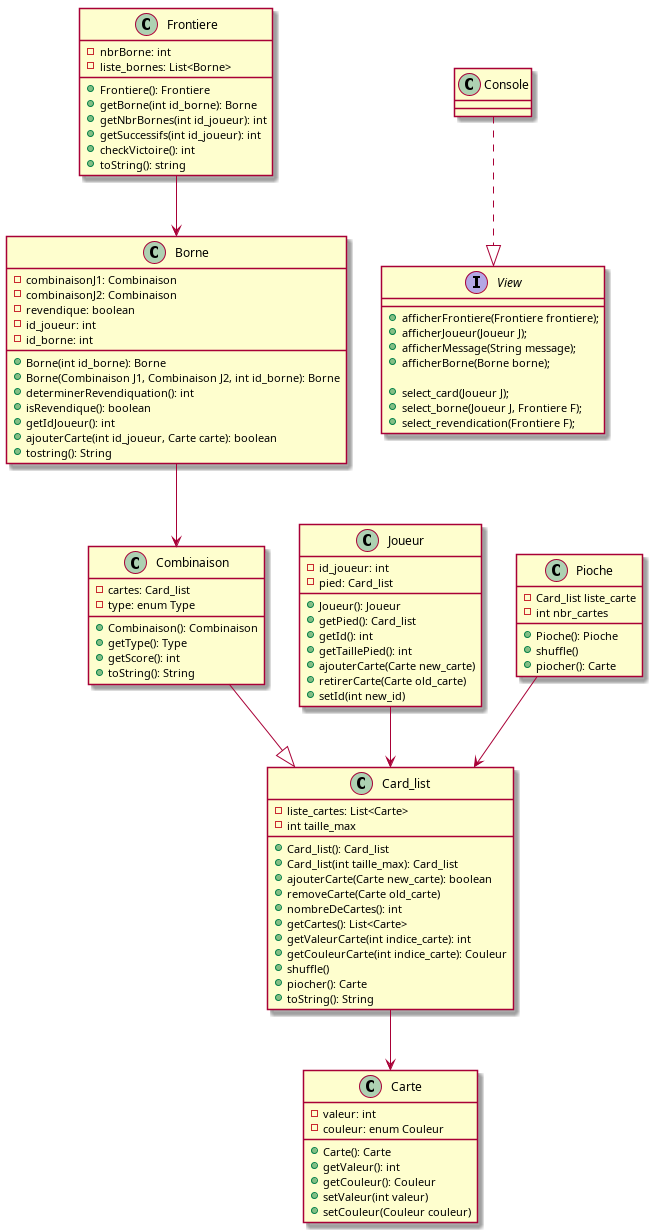
This is src/diagrams/all.png from Pagatok/pg220, a PlantUML export, as it was before one commit. Source of this version:
```plantuml
@startuml all

class Carte{
    - valeur: int
    - couleur: enum Couleur
    + Carte(): Carte
    + getValeur(): int
    + getCouleur(): Couleur
    + setValeur(int valeur)
    + setCouleur(Couleur couleur)
}

class Combinaison{
    - cartes: Card_list
    - type: enum Type
    + Combinaison(): Combinaison
    + getType(): Type
    + getScore(): int
    + toString(): String
}

class Joueur{
    - id_joueur: int
    - pied: Card_list
    + Joueur(): Joueur
    + getPied(): Card_list
    + getId(): int
    + getTaillePied(): int
    + ajouterCarte(Carte new_carte)
    + retirerCarte(Carte old_carte)
    + setId(int new_id)
}

class Card_list{
    - liste_cartes: List<Carte>
    - int taille_max
    + Card_list(): Card_list
    + Card_list(int taille_max): Card_list
    + ajouterCarte(Carte new_carte): boolean
    + removeCarte(Carte old_carte)
    + nombreDeCartes(): int
    + getCartes(): List<Carte>
    + getValeurCarte(int indice_carte): int
    + getCouleurCarte(int indice_carte): Couleur
    + shuffle()
    + piocher(): Carte
    + toString(): String
}

class Borne{
    - combinaisonJ1: Combinaison
    - combinaisonJ2: Combinaison
    - revendique: boolean
    - id_joueur: int
    - id_borne: int
    + Borne(int id_borne): Borne
    + Borne(Combinaison J1, Combinaison J2, int id_borne): Borne
    + determinerRevendiquation(): int
    + isRevendique(): boolean
    + getIdJoueur(): int
    + ajouterCarte(int id_joueur, Carte carte): boolean
    + tostring(): String
}

class Frontiere{
    - nbrBorne: int
    - liste_bornes: List<Borne>
    + Frontiere(): Frontiere
    + getBorne(int id_borne): Borne
    + getNbrBornes(int id_joueur): int
    + getSuccessifs(int id_joueur): int
    + checkVictoire(): int
    + toString(): string
}


class Pioche{
    - Card_list liste_carte
    - int nbr_cartes
    + Pioche(): Pioche
    + shuffle()
    + piocher(): Carte

}

Combinaison --|> Card_list
Joueur --> Card_list
Card_list --> Carte
Borne --> Combinaison
Frontiere --> Borne
Pioche --> Card_list



interface View{
    + afficherFrontiere(Frontiere frontiere);
    + afficherJoueur(Joueur J);
    + afficherMessage(String message);
    + afficherBorne(Borne borne);

    + select_card(Joueur J);
    + select_borne(Joueur J, Frontiere F);
    + select_revendication(Frontiere F);
}

class Console{

}

Console ..|> View

@enduml
```
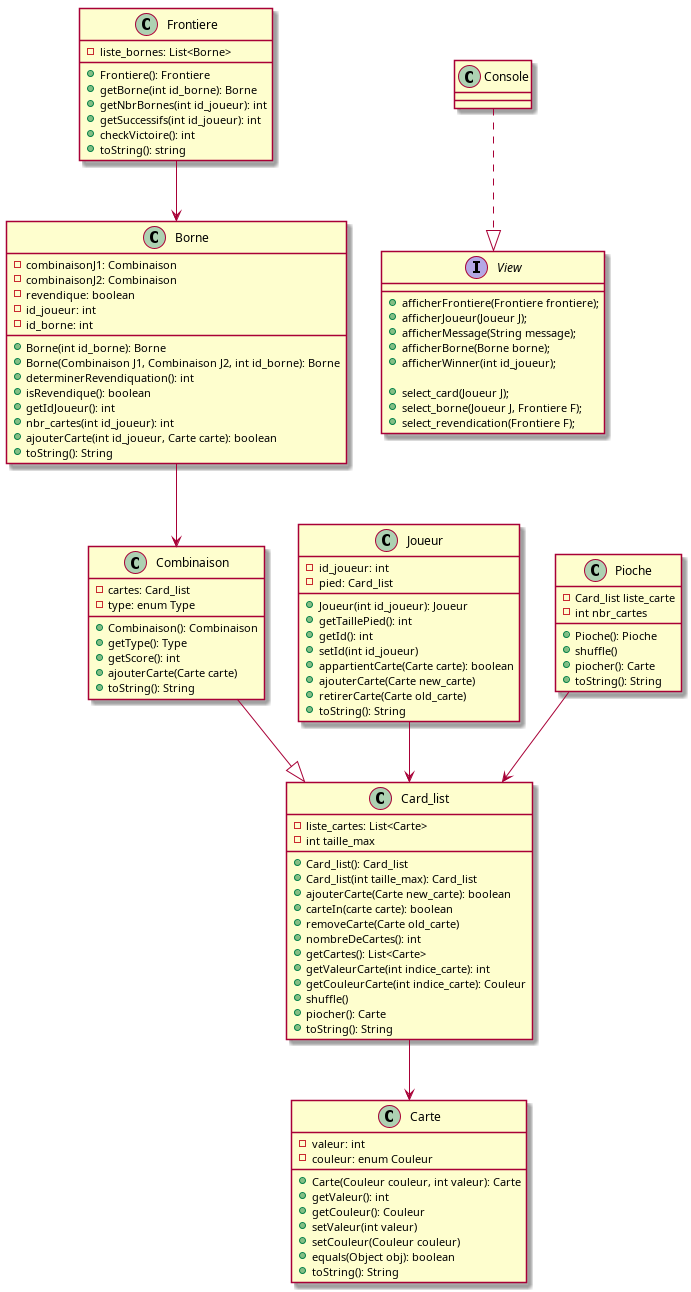
The same diagram one commit later.

Diff of the diagram source:
```diff
@@ -3,33 +3,40 @@
 class Carte{
     - valeur: int
     - couleur: enum Couleur
-    + Carte(): Carte
+    + Carte(Couleur couleur, int valeur): Carte
     + getValeur(): int
     + getCouleur(): Couleur
     + setValeur(int valeur)
     + setCouleur(Couleur couleur)
+    + equals(Object obj): boolean
+    + toString(): String
 }
 
 class Combinaison{
     - cartes: Card_list
     - type: enum Type
+
     + Combinaison(): Combinaison
     + getType(): Type
     + getScore(): int
+    + ajouterCarte(Carte carte)
     + toString(): String
 }
+
 
 class Joueur{
     - id_joueur: int
     - pied: Card_list
-    + Joueur(): Joueur
-    + getPied(): Card_list
+    + Joueur(int id_joueur): Joueur
+    + getTaillePied(): int
     + getId(): int
-    + getTaillePied(): int
+    + setId(int id_joueur)
+    + appartientCarte(Carte carte): boolean
     + ajouterCarte(Carte new_carte)
     + retirerCarte(Carte old_carte)
-    + setId(int new_id)
+    + toString(): String
 }
+
 
 class Card_list{
     - liste_cartes: List<Carte>
@@ -37,6 +44,7 @@
     + Card_list(): Card_list
     + Card_list(int taille_max): Card_list
     + ajouterCarte(Carte new_carte): boolean
+    + carteIn(carte carte): boolean
     + removeCarte(Carte old_carte)
     + nombreDeCartes(): int
     + getCartes(): List<Carte>
@@ -58,12 +66,12 @@
     + determinerRevendiquation(): int
     + isRevendique(): boolean
     + getIdJoueur(): int
+    + nbr_cartes(int id_joueur): int
     + ajouterCarte(int id_joueur, Carte carte): boolean
-    + tostring(): String
+    + toString(): String
 }
 
 class Frontiere{
-    - nbrBorne: int
     - liste_bornes: List<Borne>
     + Frontiere(): Frontiere
     + getBorne(int id_borne): Borne
@@ -80,6 +88,7 @@
     + Pioche(): Pioche
     + shuffle()
     + piocher(): Carte
+    + toString(): String
 
 }
 
@@ -97,6 +106,7 @@
     + afficherJoueur(Joueur J);
     + afficherMessage(String message);
     + afficherBorne(Borne borne);
+    + afficherWinner(int id_joueur);
 
     + select_card(Joueur J);
     + select_borne(Joueur J, Frontiere F);
```
